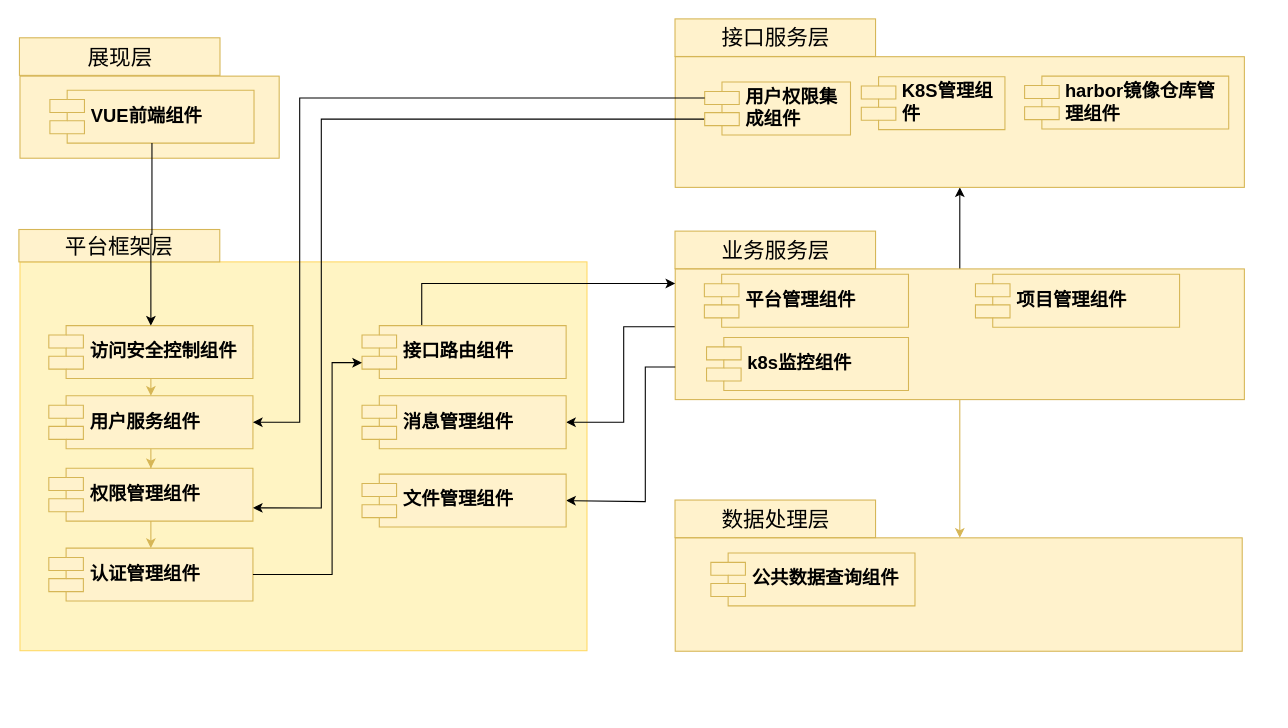
The draw.io diagram page "总图" (1 of 4) of 组件关联图 .drawio in oliveeli/olivee, before the edit. Source tidied: cells renumbered, new cells numbered last; positions are measured from the earlier drawing's top-left corner, leaving out a move shared by most shapes. Both pictures are drawn from the tidied source at 108%, with x=0, y=0 at pixel (18, 18).
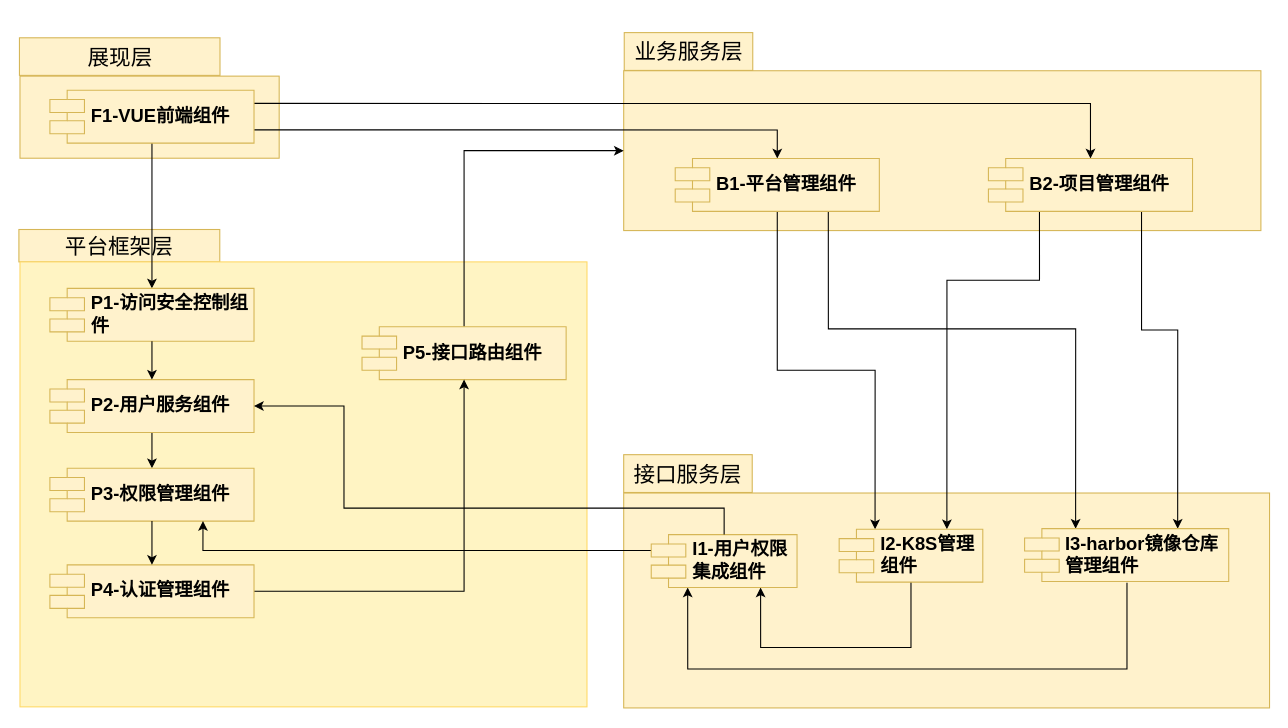
The same page after the edit.

Commit message:
Update 组件关联图 .drawio

The edit, as a diff of the source:
```diff
@@
+    <mxCell id="11" style="rounded=0;whiteSpace=wrap;html=1;fillColor=#fff2cc;strokeColor=#d6b656;" parent="1" vertex="1">
+      <mxGeometry x="560" y="48" width="590" height="148" as="geometry" />
+    </mxCell>
+    <mxCell id="6" value="平台框架层" style="rounded=0;whiteSpace=wrap;html=1;fontSize=20;fillColor=#fff2cc;strokeColor=#d6b656;" parent="1" vertex="1">
+      <mxGeometry y="195" width="186" height="30" as="geometry" />
+    </mxCell>
+    <mxCell id="5" style="rounded=0;whiteSpace=wrap;html=1;strokeColor=#FFD966;fillColor=#FFF4C3;" parent="1" vertex="1">
+      <mxGeometry x="1" y="225" width="525" height="412" as="geometry" />
+    </mxCell>
+    <mxCell id="32" style="rounded=0;whiteSpace=wrap;html=1;fillColor=#fff2cc;strokeColor=#d6b656;" parent="1" vertex="1">
+      <mxGeometry x="560" y="439" width="598" height="199" as="geometry" />
+    </mxCell>
@@
+    <mxCell id="27" style="edgeStyle=orthogonalEdgeStyle;rounded=0;jettySize=auto;html=1;exitX=0.5;exitY=1;exitDx=0;exitDy=0;" parent="1" edge="1" source="4" target="7">
+      <mxGeometry relative="1" as="geometry" />
+    </mxCell>
+    <mxCell id="39" style="edgeStyle=orthogonalEdgeStyle;rounded=0;jettySize=auto;html=1;exitX=1;exitY=0.25;exitDx=0;exitDy=0;strokeColor=#000000;" parent="1" edge="1" source="4" target="17">
+      <mxGeometry relative="1" as="geometry" />
+    </mxCell>
+    <mxCell id="40" style="edgeStyle=orthogonalEdgeStyle;rounded=0;jettySize=auto;html=1;exitX=1;exitY=0.75;exitDx=0;exitDy=0;strokeColor=#000000;" parent="1" edge="1" source="4" target="13">
+      <mxGeometry relative="1" as="geometry" />
+    </mxCell>
-    <mxCell id="4" value="VUE前端组件" style="shape=component;align=left;spacingLeft=36;whiteSpace=wrap;html=1;fontSize=17;fontStyle=1;fillColor=#fff2cc;strokeColor=#d6b656;" parent="1" vertex="1">
+    <mxCell id="4" value="F1-VUE前端组件" style="shape=component;align=left;spacingLeft=36;whiteSpace=wrap;html=1;fontSize=17;fontStyle=1;fillColor=#fff2cc;strokeColor=#d6b656;" parent="1" vertex="1">
       <mxGeometry x="28.7" y="66" width="189" height="49" as="geometry" />
     </mxCell>
-    <mxCell id="5" style="rounded=0;whiteSpace=wrap;html=1;strokeColor=#FFD966;fillColor=#FFF4C3;" parent="1" vertex="1">
-      <mxGeometry x="1" y="225" width="525" height="360" as="geometry" />
-    </mxCell>
-    <mxCell id="6" value="平台框架层" style="rounded=0;whiteSpace=wrap;html=1;fontSize=20;fillColor=#fff2cc;strokeColor=#d6b656;" parent="1" vertex="1">
-      <mxGeometry y="195" width="186" height="30" as="geometry" />
-    </mxCell>
-    <mxCell id="7" value="访问安全控制组件" style="shape=component;align=left;spacingLeft=36;whiteSpace=wrap;html=1;fontSize=17;fontStyle=1;fillColor=#fff2cc;strokeColor=#d6b656;" parent="1" vertex="1">
-      <mxGeometry x="27.7" y="284" width="189" height="49" as="geometry" />
+    <mxCell id="7" value="P1-访问安全控制组件" style="shape=component;align=left;spacingLeft=36;whiteSpace=wrap;html=1;fontSize=17;fontStyle=1;fillColor=#fff2cc;strokeColor=#d6b656;" parent="1" vertex="1">
+      <mxGeometry x="28.7" y="249.5" width="189" height="49" as="geometry" />
     </mxCell>
-    <mxCell id="8" style="edgeStyle=orthogonalEdgeStyle;rounded=0;html=1;jettySize=auto;fontSize=20;entryX=1;entryY=0.5;" parent="1" edge="1" source="11" target="24">
-      <mxGeometry relative="1" as="geometry">
-        <Array as="points">
-          <mxPoint x="560" y="285" />
-          <mxPoint x="560" y="373" />
-        </Array>
-      </mxGeometry>
-    </mxCell>
-    <mxCell id="9" style="edgeStyle=orthogonalEdgeStyle;rounded=0;html=1;jettySize=auto;fontSize=20;fillColor=#fff2cc;strokeColor=#d6b656;" parent="1" edge="1" source="11" target="14">
-      <mxGeometry relative="1" as="geometry">
-        <Array as="points">
-          <mxPoint x="870.7" y="343" />
-          <mxPoint x="870.7" y="343" />
-        </Array>
-      </mxGeometry>
-    </mxCell>
-    <mxCell id="10" style="edgeStyle=orthogonalEdgeStyle;rounded=0;jettySize=auto;html=1;exitX=0.5;exitY=0;exitDx=0;exitDy=0;entryX=0.5;entryY=1;entryDx=0;entryDy=0;strokeColor=#000000;" parent="1" edge="1" source="11" target="32">
-      <mxGeometry relative="1" as="geometry" />
-    </mxCell>
-    <mxCell id="11" style="rounded=0;whiteSpace=wrap;html=1;fillColor=#fff2cc;strokeColor=#d6b656;" parent="1" vertex="1">
-      <mxGeometry x="607.7" y="231.5" width="527" height="121" as="geometry" />
-    </mxCell>
     <mxCell id="12" value="业务服务层" style="rounded=0;whiteSpace=wrap;html=1;fontSize=20;fillColor=#fff2cc;strokeColor=#d6b656;" parent="1" vertex="1">
-      <mxGeometry x="607.5" y="196.5" width="185.7" height="34.8" as="geometry" />
+      <mxGeometry x="560.5" y="12.7" width="119" height="35" as="geometry" />
     </mxCell>
+    <mxCell id="41" style="edgeStyle=orthogonalEdgeStyle;rounded=0;jettySize=auto;html=1;exitX=0.75;exitY=1;exitDx=0;exitDy=0;entryX=0.25;entryY=0;entryDx=0;entryDy=0;strokeColor=#000000;" parent="1" edge="1" source="13" target="35">
+      <mxGeometry relative="1" as="geometry">
+        <Array as="points">
+          <mxPoint x="750" y="287" />
+          <mxPoint x="978" y="287" />
+        </Array>
+      </mxGeometry>
+    </mxCell>
+    <mxCell id="42" style="edgeStyle=orthogonalEdgeStyle;rounded=0;jettySize=auto;html=1;exitX=0.5;exitY=1;exitDx=0;exitDy=0;entryX=0.25;entryY=0;entryDx=0;entryDy=0;strokeColor=#000000;" parent="1" edge="1" source="13" target="34">
+      <mxGeometry relative="1" as="geometry" />
+    </mxCell>
-    <mxCell id="13" value="平台管理组件" style="shape=component;align=left;spacingLeft=36;whiteSpace=wrap;html=1;fontSize=17;fontStyle=1;fillColor=#fff2cc;strokeColor=#d6b656;" parent="1" vertex="1">
-      <mxGeometry x="634.7" y="236.5" width="189" height="49" as="geometry" />
+    <mxCell id="13" value="B1-平台管理组件" style="shape=component;align=left;spacingLeft=36;whiteSpace=wrap;html=1;fontSize=17;fontStyle=1;fillColor=#fff2cc;strokeColor=#d6b656;" parent="1" vertex="1">
+      <mxGeometry x="607.7" y="129.2" width="189" height="49" as="geometry" />
     </mxCell>
-    <mxCell id="14" style="rounded=0;whiteSpace=wrap;html=1;fillColor=#fff2cc;strokeColor=#d6b656;" parent="1" vertex="1">
-      <mxGeometry x="607.7" y="480.5" width="525" height="105" as="geometry" />
-    </mxCell>
-    <mxCell id="15" value="数据处理层" style="rounded=0;whiteSpace=wrap;html=1;fontSize=20;fillColor=#fff2cc;strokeColor=#d6b656;" parent="1" vertex="1">
-      <mxGeometry x="607.5" y="445.5" width="185.7" height="34.8" as="geometry" />
-    </mxCell>
-    <mxCell id="16" value="公共数据查询组件" style="shape=component;align=left;spacingLeft=36;whiteSpace=wrap;html=1;fontSize=17;fontStyle=1;fillColor=#fff2cc;strokeColor=#d6b656;" parent="1" vertex="1">
-      <mxGeometry x="640.7" y="494.5" width="189" height="49" as="geometry" />
-    </mxCell>
+    <mxCell id="43" style="edgeStyle=orthogonalEdgeStyle;rounded=0;jettySize=auto;html=1;exitX=0.25;exitY=0;exitDx=0;exitDy=0;entryX=0.75;entryY=0;entryDx=0;entryDy=0;" parent="1" edge="1" source="17" target="34">
+      <mxGeometry relative="1" as="geometry">
+        <Array as="points">
+          <mxPoint x="945" y="242" />
+          <mxPoint x="860" y="242" />
+        </Array>
+      </mxGeometry>
+    </mxCell>
+    <mxCell id="44" style="edgeStyle=orthogonalEdgeStyle;rounded=0;jettySize=auto;html=1;exitX=0.75;exitY=0;exitDx=0;exitDy=0;entryX=0.75;entryY=0;entryDx=0;entryDy=0;" parent="1" edge="1" source="17" target="35">
+      <mxGeometry relative="1" as="geometry">
+        <Array as="points">
+          <mxPoint x="1040" y="288" />
+          <mxPoint x="1073" y="288" />
+        </Array>
+      </mxGeometry>
+    </mxCell>
-    <mxCell id="17" value="项目管理组件" style="shape=component;align=left;spacingLeft=36;whiteSpace=wrap;html=1;fontSize=17;fontStyle=1;fillColor=#fff2cc;strokeColor=#d6b656;" parent="1" vertex="1">
-      <mxGeometry x="885.7" y="236.5" width="189" height="49" as="geometry" />
+    <mxCell id="17" value="B2-项目管理组件" style="shape=component;align=left;spacingLeft=36;whiteSpace=wrap;html=1;fontSize=17;fontStyle=1;fillColor=#fff2cc;strokeColor=#d6b656;" parent="1" vertex="1">
+      <mxGeometry x="897.7" y="129.2" width="189" height="49" as="geometry" />
     </mxCell>
-    <mxCell id="18" style="edgeStyle=orthogonalEdgeStyle;rounded=0;html=1;jettySize=auto;fontSize=20;exitX=0.5;exitY=0;" parent="1" edge="1" source="19" target="11">
-      <mxGeometry relative="1" as="geometry">
-        <Array as="points">
-          <mxPoint x="373" y="245" />
-        </Array>
-      </mxGeometry>
+    <mxCell id="18" style="edgeStyle=orthogonalEdgeStyle;rounded=0;jettySize=auto;html=1;exitX=0.5;exitY=0;exitDx=0;exitDy=0;entryX=0;entryY=0.5;entryDx=0;entryDy=0;strokeColor=#000000;" parent="1" edge="1" source="19" target="11">
+      <mxGeometry relative="1" as="geometry" />
     </mxCell>
-    <mxCell id="19" value="接口路由组件" style="shape=component;align=left;spacingLeft=36;whiteSpace=wrap;html=1;fontSize=17;fontStyle=1;fillColor=#fff2cc;strokeColor=#d6b656;" parent="1" vertex="1">
-      <mxGeometry x="317.7" y="284" width="189" height="49" as="geometry" />
+    <mxCell id="19" value="P5-接口路由组件" style="shape=component;align=left;spacingLeft=36;whiteSpace=wrap;html=1;fontSize=17;fontStyle=1;fillColor=#fff2cc;strokeColor=#d6b656;" parent="1" vertex="1">
+      <mxGeometry x="317.7" y="285" width="189" height="49" as="geometry" />
     </mxCell>
-    <mxCell id="20" style="edgeStyle=orthogonalEdgeStyle;rounded=0;html=1;jettySize=auto;fontSize=20;fillColor=#fff2cc;strokeColor=#d6b656;" parent="1" edge="1" source="21" target="22">
+    <mxCell id="20" style="edgeStyle=orthogonalEdgeStyle;rounded=0;html=1;jettySize=auto;fontSize=20;fillColor=#fff2cc;strokeColor=#000000;" parent="1" edge="1" source="21" target="22">
       <mxGeometry relative="1" as="geometry" />
     </mxCell>
-    <mxCell id="21" value="用户服务组件" style="shape=component;align=left;spacingLeft=36;whiteSpace=wrap;html=1;fontSize=17;fontStyle=1;fillColor=#fff2cc;strokeColor=#d6b656;" parent="1" vertex="1">
-      <mxGeometry x="27.7" y="349" width="189" height="49" as="geometry" />
+    <mxCell id="21" value="P2-用户服务组件" style="shape=component;align=left;spacingLeft=36;whiteSpace=wrap;html=1;fontSize=17;fontStyle=1;fillColor=#fff2cc;strokeColor=#d6b656;" parent="1" vertex="1">
+      <mxGeometry x="28.7" y="334" width="189" height="49" as="geometry" />
     </mxCell>
-    <mxCell id="22" value="权限管理组件" style="shape=component;align=left;spacingLeft=36;whiteSpace=wrap;html=1;fontSize=17;fontStyle=1;fillColor=#fff2cc;strokeColor=#d6b656;" parent="1" vertex="1">
-      <mxGeometry x="27.7" y="416" width="189" height="49" as="geometry" />
+    <mxCell id="22" value="P3-权限管理组件" style="shape=component;align=left;spacingLeft=36;whiteSpace=wrap;html=1;fontSize=17;fontStyle=1;fillColor=#fff2cc;strokeColor=#d6b656;" parent="1" vertex="1">
+      <mxGeometry x="28.7" y="416" width="189" height="49" as="geometry" />
     </mxCell>
+    <mxCell id="30" style="edgeStyle=orthogonalEdgeStyle;rounded=0;jettySize=auto;html=1;exitX=1;exitY=0.5;exitDx=0;exitDy=0;entryX=0.5;entryY=1;entryDx=0;entryDy=0;" parent="1" edge="1" source="23" target="19">
+      <mxGeometry relative="1" as="geometry" />
+    </mxCell>
-    <mxCell id="23" value="认证管理组件" style="shape=component;align=left;spacingLeft=36;whiteSpace=wrap;html=1;fontSize=17;fontStyle=1;fillColor=#fff2cc;strokeColor=#d6b656;" parent="1" vertex="1">
-      <mxGeometry x="27.7" y="490" width="189" height="49" as="geometry" />
+    <mxCell id="23" value="P4-认证管理组件" style="shape=component;align=left;spacingLeft=36;whiteSpace=wrap;html=1;fontSize=17;fontStyle=1;fillColor=#fff2cc;strokeColor=#d6b656;" parent="1" vertex="1">
+      <mxGeometry x="28.7" y="505.5" width="189" height="49" as="geometry" />
     </mxCell>
-    <mxCell id="24" value="消息管理组件" style="shape=component;align=left;spacingLeft=36;whiteSpace=wrap;html=1;fontSize=17;fontStyle=1;fillColor=#fff2cc;strokeColor=#d6b656;" parent="1" vertex="1">
-      <mxGeometry x="317.7" y="349" width="189" height="49" as="geometry" />
-    </mxCell>
-    <mxCell id="25" style="rounded=0;html=1;jettySize=auto;fontSize=20;entryX=1;entryY=0.5;exitX=0;exitY=0.75;edgeStyle=orthogonalEdgeStyle;" parent="1" edge="1" source="11" target="26">
-      <mxGeometry relative="1" as="geometry">
-        <Array as="points">
-          <mxPoint x="580" y="322" />
-          <mxPoint x="580" y="447" />
-        </Array>
-      </mxGeometry>
-    </mxCell>
-    <mxCell id="26" value="文件管理组件" style="shape=component;align=left;spacingLeft=36;whiteSpace=wrap;html=1;fontSize=17;fontStyle=1;fillColor=#fff2cc;strokeColor=#d6b656;" parent="1" vertex="1">
-      <mxGeometry x="317.7" y="421.5" width="189" height="49" as="geometry" />
-    </mxCell>
-    <mxCell id="27" style="edgeStyle=orthogonalEdgeStyle;rounded=0;html=1;jettySize=auto;fontSize=20;entryX=0.5;entryY=0;" parent="1" edge="1" source="4" target="7">
-      <mxGeometry relative="1" as="geometry" />
-    </mxCell>
-    <mxCell id="28" style="edgeStyle=orthogonalEdgeStyle;rounded=0;html=1;jettySize=auto;fontSize=20;entryX=0.5;entryY=0;exitX=0.5;exitY=1;fillColor=#fff2cc;strokeColor=#d6b656;" parent="1" edge="1" source="7" target="21">
+    <mxCell id="28" style="edgeStyle=orthogonalEdgeStyle;rounded=0;html=1;jettySize=auto;fontSize=20;entryX=0.5;entryY=0;exitX=0.5;exitY=1;fillColor=#fff2cc;strokeColor=#000000;" parent="1" edge="1" source="7" target="21">
       <mxGeometry relative="1" as="geometry" />
     </mxCell>
-    <mxCell id="29" style="edgeStyle=orthogonalEdgeStyle;rounded=0;html=1;jettySize=auto;fontSize=20;exitX=0.5;exitY=1;fillColor=#fff2cc;strokeColor=#d6b656;" parent="1" edge="1" source="22" target="23">
+    <mxCell id="29" style="edgeStyle=orthogonalEdgeStyle;rounded=0;html=1;jettySize=auto;fontSize=20;exitX=0.5;exitY=1;fillColor=#fff2cc;strokeColor=#000000;" parent="1" edge="1" source="22" target="23">
       <mxGeometry relative="1" as="geometry" />
     </mxCell>
-    <mxCell id="30" style="edgeStyle=orthogonalEdgeStyle;rounded=0;html=1;jettySize=auto;fontSize=20;exitX=1;exitY=0.5;entryX=0;entryY=0.7;fillColor=#fff2cc;strokeColor=#000000;" parent="1" edge="1" source="23" target="19">
-      <mxGeometry relative="1" as="geometry">
-        <Array as="points">
-          <mxPoint x="290" y="515" />
-          <mxPoint x="290" y="318" />
-        </Array>
-      </mxGeometry>
-    </mxCell>
-    <mxCell id="31" value="k8s监控组件" style="shape=component;align=left;spacingLeft=36;whiteSpace=wrap;html=1;fontSize=17;fontStyle=1;fillColor=#fff2cc;strokeColor=#d6b656;" parent="1" vertex="1">
-      <mxGeometry x="636.7" y="295" width="187" height="49" as="geometry" />
-    </mxCell>
-    <mxCell id="32" style="rounded=0;whiteSpace=wrap;html=1;fillColor=#fff2cc;strokeColor=#d6b656;" parent="1" vertex="1">
-      <mxGeometry x="607.7" y="35" width="527" height="121" as="geometry" />
-    </mxCell>
     <mxCell id="33" value="接口服务层" style="rounded=0;whiteSpace=wrap;html=1;fontSize=20;fillColor=#fff2cc;strokeColor=#d6b656;" parent="1" vertex="1">
-      <mxGeometry x="607.5" width="185.7" height="34.8" as="geometry" />
+      <mxGeometry x="560" y="403.5" width="119" height="35" as="geometry" />
     </mxCell>
+    <mxCell id="45" style="edgeStyle=orthogonalEdgeStyle;rounded=0;jettySize=auto;html=1;exitX=0.5;exitY=1;exitDx=0;exitDy=0;entryX=0.75;entryY=1;entryDx=0;entryDy=0;strokeColor=#000000;" parent="1" edge="1" source="34" target="37">
+      <mxGeometry relative="1" as="geometry">
+        <Array as="points">
+          <mxPoint x="826" y="582" />
+          <mxPoint x="686" y="582" />
+        </Array>
+      </mxGeometry>
+    </mxCell>
-    <mxCell id="34" value="K8S管理组件" style="shape=component;align=left;spacingLeft=36;whiteSpace=wrap;html=1;fontSize=17;fontStyle=1;fillColor=#fff2cc;strokeColor=#d6b656;" parent="1" vertex="1">
-      <mxGeometry x="780" y="53.5" width="133" height="49" as="geometry" />
+    <mxCell id="34" value="I2-K8S管理组件" style="shape=component;align=left;spacingLeft=36;whiteSpace=wrap;html=1;fontSize=17;fontStyle=1;fillColor=#fff2cc;strokeColor=#d6b656;" parent="1" vertex="1">
+      <mxGeometry x="759.5" y="472.5" width="133" height="49" as="geometry" />
     </mxCell>
+    <mxCell id="46" style="edgeStyle=orthogonalEdgeStyle;rounded=0;jettySize=auto;html=1;entryX=0.25;entryY=1;entryDx=0;entryDy=0;strokeColor=#000000;" parent="1" edge="1" target="37">
+      <mxGeometry relative="1" as="geometry">
+        <mxPoint x="1026" y="522" as="sourcePoint" />
+        <Array as="points">
+          <mxPoint x="1026" y="602" />
+          <mxPoint x="620" y="602" />
+        </Array>
+      </mxGeometry>
+    </mxCell>
-    <mxCell id="35" value="harbor镜像仓库管理组件" style="shape=component;align=left;spacingLeft=36;whiteSpace=wrap;html=1;fontSize=17;fontStyle=1;fillColor=#fff2cc;strokeColor=#d6b656;" parent="1" vertex="1">
-      <mxGeometry x="931.2" y="53" width="189" height="49" as="geometry" />
+    <mxCell id="35" value="I3-harbor镜像仓库管理组件" style="shape=component;align=left;spacingLeft=36;whiteSpace=wrap;html=1;fontSize=17;fontStyle=1;fillColor=#fff2cc;strokeColor=#d6b656;" parent="1" vertex="1">
+      <mxGeometry x="931.2" y="472" width="189" height="49" as="geometry" />
     </mxCell>
-    <mxCell id="36" style="edgeStyle=orthogonalEdgeStyle;rounded=0;jettySize=auto;html=1;exitX=0;exitY=0.7;exitDx=0;exitDy=0;entryX=1;entryY=0.75;entryDx=0;entryDy=0;" parent="1" edge="1" source="37" target="22">
-      <mxGeometry relative="1" as="geometry">
-        <Array as="points">
-          <mxPoint x="280" y="93" />
-          <mxPoint x="280" y="453" />
-        </Array>
-      </mxGeometry>
+    <mxCell id="36" style="edgeStyle=orthogonalEdgeStyle;rounded=0;jettySize=auto;html=1;exitX=0;exitY=0.3;exitDx=0;exitDy=0;entryX=0.75;entryY=1;entryDx=0;entryDy=0;strokeColor=#000000;" parent="1" edge="1" source="37" target="22">
+      <mxGeometry relative="1" as="geometry" />
     </mxCell>
-    <mxCell id="37" value="用户权限集成组件" style="shape=component;align=left;spacingLeft=36;whiteSpace=wrap;html=1;fontSize=17;fontStyle=1;fillColor=#fff2cc;strokeColor=#d6b656;" parent="1" vertex="1">
-      <mxGeometry x="635" y="58.5" width="135" height="49" as="geometry" />
+    <mxCell id="37" value="I1-用户权限集成组件" style="shape=component;align=left;spacingLeft=36;whiteSpace=wrap;html=1;fontSize=17;fontStyle=1;fillColor=#fff2cc;strokeColor=#d6b656;" parent="1" vertex="1">
+      <mxGeometry x="585.5" y="477.5" width="135" height="49" as="geometry" />
     </mxCell>
-    <mxCell id="38" style="edgeStyle=orthogonalEdgeStyle;rounded=0;jettySize=auto;html=1;exitX=0;exitY=0.3;exitDx=0;exitDy=0;entryX=1;entryY=0.5;entryDx=0;entryDy=0;" parent="1" edge="1" source="37" target="21">
+    <mxCell id="38" style="edgeStyle=orthogonalEdgeStyle;rounded=0;jettySize=auto;html=1;exitX=0.5;exitY=0;exitDx=0;exitDy=0;entryX=1;entryY=0.5;entryDx=0;entryDy=0;" parent="1" edge="1" source="37" target="21">
       <mxGeometry relative="1" as="geometry">
         <Array as="points">
-          <mxPoint x="260" y="73" />
-          <mxPoint x="260" y="373" />
+          <mxPoint x="653" y="453" />
+          <mxPoint x="301" y="453" />
+          <mxPoint x="301" y="358" />
         </Array>
       </mxGeometry>
     </mxCell>
```
